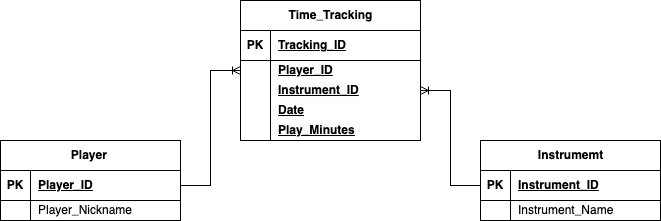
The draw.io diagram images/uml.png in iKAN2025/student, before a commit. Source tidied: cells renumbered, new cells last; positions are measured from the earlier drawing's top-left corner, leaving out a move shared by most shapes.
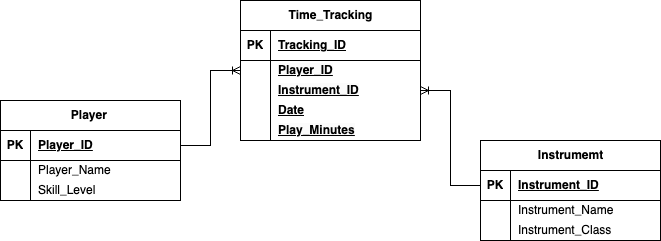
Above is the later version.

Diff of the diagram source:
```diff
@@ -3,7 +3,7 @@
     <mxCell id="0" />
     <mxCell id="1" parent="0" />
     <mxCell id="2" value="Player&amp;nbsp;" style="shape=table;startSize=30;rowLines=0;fontStyle=1;align=center;html=1;" parent="1" vertex="1">
-      <mxGeometry y="140" width="180" height="80" as="geometry" />
+      <mxGeometry y="100" width="180" height="100" as="geometry" />
     </mxCell>
     <mxCell id="3" style="shape=tableRow;horizontal=0;startSize=0;swimlaneHead=0;swimlaneBody=0;fillColor=none;points=[[0,0.5],[1,0.5]];portConstraint=eastwest;top=0;left=0;right=0;bottom=1;" parent="2" vertex="1">
       <mxGeometry y="30" width="180" height="30" as="geometry" />
@@ -20,11 +20,20 @@
     <mxCell id="7" style="shape=partialRectangle;fillColor=none;top=0;left=0;bottom=0;right=0;overflow=hidden;whiteSpace=wrap;html=1;" parent="6" vertex="1">
       <mxGeometry width="30" height="20" as="geometry" />
     </mxCell>
-    <mxCell id="8" value="Player_Nickname" style="shape=partialRectangle;fillColor=none;top=0;left=0;bottom=0;right=0;align=left;spacingLeft=6;overflow=hidden;whiteSpace=wrap;html=1;" parent="6" vertex="1">
+    <mxCell id="8" value="Player_Name&lt;br&gt;" style="shape=partialRectangle;fillColor=none;top=0;left=0;bottom=0;right=0;align=left;spacingLeft=6;overflow=hidden;whiteSpace=wrap;html=1;" parent="6" vertex="1">
       <mxGeometry x="30" width="150" height="20" as="geometry" />
     </mxCell>
+    <mxCell id="34" style="shape=tableRow;horizontal=0;startSize=0;swimlaneHead=0;swimlaneBody=0;fillColor=none;top=0;left=0;right=0;bottom=0;" parent="2" vertex="1">
+      <mxGeometry y="80" width="180" height="20" as="geometry" />
+    </mxCell>
+    <mxCell id="35" style="shape=partialRectangle;fillColor=none;top=0;left=0;bottom=0;right=0;overflow=hidden;whiteSpace=wrap;html=1;" parent="34" vertex="1">
+      <mxGeometry width="30" height="20" as="geometry" />
+    </mxCell>
+    <mxCell id="36" value="Skill_Level" style="shape=partialRectangle;fillColor=none;top=0;left=0;bottom=0;right=0;align=left;spacingLeft=6;overflow=hidden;whiteSpace=wrap;html=1;" parent="34" vertex="1">
+      <mxGeometry x="30" width="150" height="20" as="geometry" />
+    </mxCell>
     <mxCell id="9" value="Instrumemt" style="shape=table;startSize=30;rowLines=0;fontStyle=1;align=center;html=1;" parent="1" vertex="1">
-      <mxGeometry x="480" y="140" width="180" height="80" as="geometry" />
+      <mxGeometry x="480" y="140" width="180" height="100" as="geometry" />
     </mxCell>
     <mxCell id="10" style="shape=tableRow;horizontal=0;startSize=0;swimlaneHead=0;swimlaneBody=0;fillColor=none;points=[[0,0.5],[1,0.5]];portConstraint=eastwest;top=0;left=0;right=0;bottom=1;" parent="9" vertex="1">
       <mxGeometry y="30" width="180" height="30" as="geometry" />
@@ -44,6 +53,15 @@
     <mxCell id="15" value="Instrument_Name" style="shape=partialRectangle;fillColor=none;top=0;left=0;bottom=0;right=0;align=left;spacingLeft=6;overflow=hidden;whiteSpace=wrap;html=1;" parent="13" vertex="1">
       <mxGeometry x="30" width="150" height="20" as="geometry" />
     </mxCell>
+    <mxCell id="37" style="shape=tableRow;horizontal=0;startSize=0;swimlaneHead=0;swimlaneBody=0;fillColor=none;top=0;left=0;right=0;bottom=0;" parent="9" vertex="1">
+      <mxGeometry y="80" width="180" height="20" as="geometry" />
+    </mxCell>
+    <mxCell id="38" style="shape=partialRectangle;fillColor=none;top=0;left=0;bottom=0;right=0;overflow=hidden;whiteSpace=wrap;html=1;" parent="37" vertex="1">
+      <mxGeometry width="30" height="20" as="geometry" />
+    </mxCell>
+    <mxCell id="39" value="Instrument_Class&lt;br&gt;" style="shape=partialRectangle;fillColor=none;top=0;left=0;bottom=0;right=0;align=left;spacingLeft=6;overflow=hidden;whiteSpace=wrap;html=1;" parent="37" vertex="1">
+      <mxGeometry x="30" width="150" height="20" as="geometry" />
+    </mxCell>
     <mxCell id="16" value="Time_Tracking" style="shape=table;startSize=30;rowLines=0;fontStyle=1;align=center;html=1;" parent="1" vertex="1">
       <mxGeometry x="240" width="180" height="140" as="geometry" />
     </mxCell>
```
